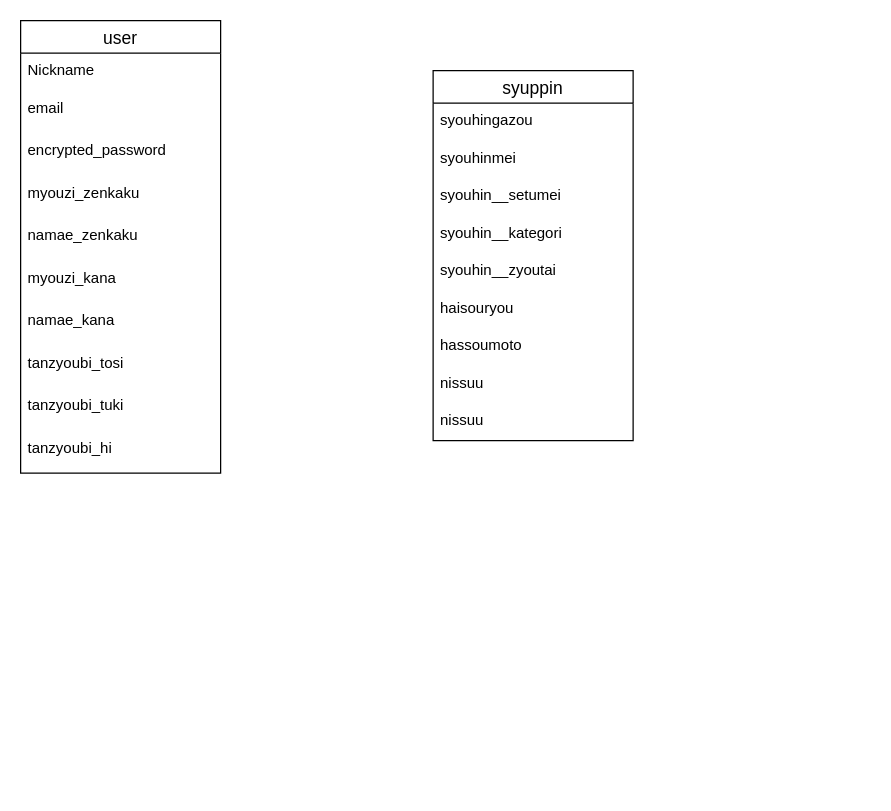
This is furima.dio from yuudai13/furima-35961, a draw.io file, before an edit. Source tidied: cells renumbered, new cells numbered last; positions are measured from the earlier drawing's top-left corner, leaving out a move shared by most shapes. Both pictures are drawn from the tidied source at 125%, with x=0, y=0 at pixel (20, 20).
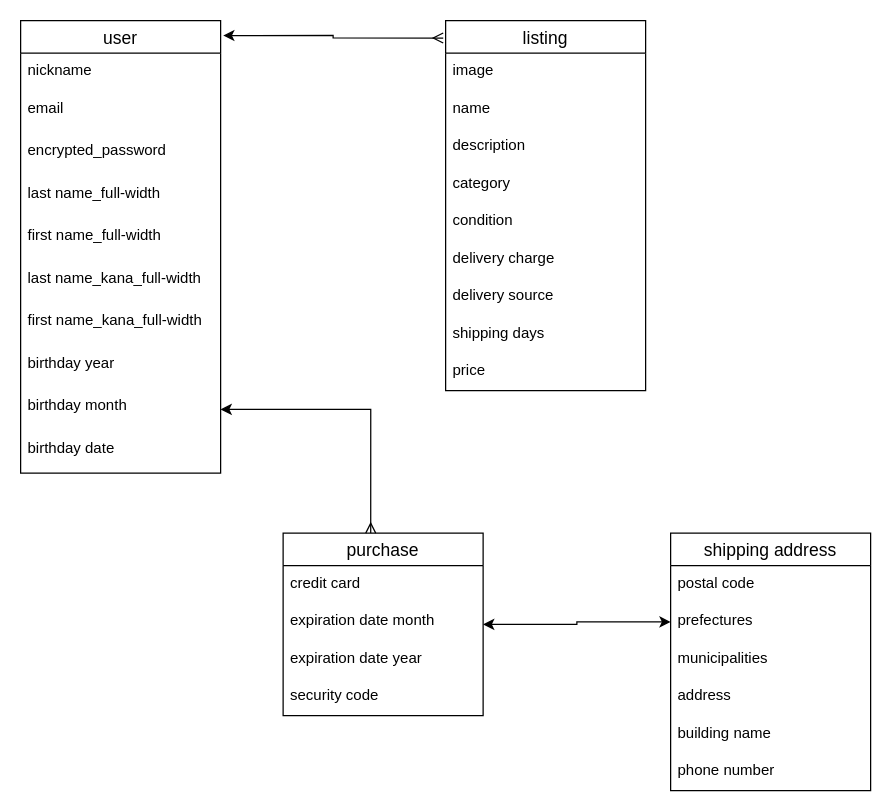
The same diagram, later.

Commit message (it also covers changes not shown here):
データベース作成

Unchanged cells that the change refers to:
```xml
<mxCell id="2" value="user" style="swimlane;fontStyle=0;horizontal=1;startSize=26;align=center;fontSize=14;" parent="1" vertex="1">
  <mxGeometry width="160" height="362" as="geometry" />
</mxCell>
```

What changed in the source:
```diff
@@
-    <mxCell id="3" value="Nickname" style="text;strokeColor=none;fillColor=none;spacingLeft=4;spacingRight=4;overflow=hidden;fontSize=12;" parent="2" vertex="1">
+    <mxCell id="3" value="nickname" style="text;strokeColor=none;fillColor=none;spacingLeft=4;spacingRight=4;overflow=hidden;fontSize=12;" parent="2" vertex="1">
       <mxGeometry y="26" width="160" height="30" as="geometry" />
     </mxCell>
@@
-    <mxCell id="6" value="myouzi_zenkaku" style="text;strokeColor=none;fillColor=none;spacingLeft=4;spacingRight=4;overflow=hidden;fontSize=12;" parent="2" vertex="1">
+    <mxCell id="6" value="last name_full-width" style="text;strokeColor=none;fillColor=none;spacingLeft=4;spacingRight=4;overflow=hidden;fontSize=12;" parent="2" vertex="1">
       <mxGeometry y="124" width="160" height="34" as="geometry" />
     </mxCell>
-    <mxCell id="7" value="namae_zenkaku" style="text;strokeColor=none;fillColor=none;spacingLeft=4;spacingRight=4;overflow=hidden;fontSize=12;" parent="2" vertex="1">
+    <mxCell id="7" value="first name_full-width" style="text;strokeColor=none;fillColor=none;spacingLeft=4;spacingRight=4;overflow=hidden;fontSize=12;" parent="2" vertex="1">
       <mxGeometry y="158" width="160" height="34" as="geometry" />
     </mxCell>
-    <mxCell id="8" value="myouzi_kana" style="text;strokeColor=none;fillColor=none;spacingLeft=4;spacingRight=4;overflow=hidden;fontSize=12;" parent="2" vertex="1">
+    <mxCell id="8" value="last name_kana_full-width" style="text;strokeColor=none;fillColor=none;spacingLeft=4;spacingRight=4;overflow=hidden;fontSize=12;" parent="2" vertex="1">
       <mxGeometry y="192" width="160" height="34" as="geometry" />
     </mxCell>
-    <mxCell id="9" value="namae_kana" style="text;strokeColor=none;fillColor=none;spacingLeft=4;spacingRight=4;overflow=hidden;fontSize=12;" parent="2" vertex="1">
+    <mxCell id="9" value="first name_kana_full-width" style="text;strokeColor=none;fillColor=none;spacingLeft=4;spacingRight=4;overflow=hidden;fontSize=12;" parent="2" vertex="1">
       <mxGeometry y="226" width="160" height="34" as="geometry" />
     </mxCell>
-    <mxCell id="10" value="tanzyoubi_tosi" style="text;strokeColor=none;fillColor=none;spacingLeft=4;spacingRight=4;overflow=hidden;fontSize=12;" parent="2" vertex="1">
+    <mxCell id="10" value="birthday year" style="text;strokeColor=none;fillColor=none;spacingLeft=4;spacingRight=4;overflow=hidden;fontSize=12;" parent="2" vertex="1">
       <mxGeometry y="260" width="160" height="34" as="geometry" />
     </mxCell>
-    <mxCell id="11" value="tanzyoubi_tuki" style="text;strokeColor=none;fillColor=none;spacingLeft=4;spacingRight=4;overflow=hidden;points=[[0,0.5],[1,0.5]];portConstraint=eastwest;fontSize=12;" parent="2" vertex="1">
+    <mxCell id="11" value="birthday month" style="text;strokeColor=none;fillColor=none;spacingLeft=4;spacingRight=4;overflow=hidden;points=[[0,0.5],[1,0.5]];portConstraint=eastwest;fontSize=12;" parent="2" vertex="1">
       <mxGeometry y="294" width="160" height="34" as="geometry" />
     </mxCell>
-    <mxCell id="12" value="tanzyoubi_hi" style="text;strokeColor=none;fillColor=none;spacingLeft=4;spacingRight=4;overflow=hidden;fontSize=12;" parent="2" vertex="1">
+    <mxCell id="12" value="birthday date" style="text;strokeColor=none;fillColor=none;spacingLeft=4;spacingRight=4;overflow=hidden;fontSize=12;" parent="2" vertex="1">
       <mxGeometry y="328" width="160" height="34" as="geometry" />
     </mxCell>
-    <mxCell id="13" value="syuppin" style="swimlane;fontStyle=0;horizontal=1;startSize=26;align=center;fontSize=14;" parent="1" vertex="1">
-      <mxGeometry x="330" y="40" width="160" height="296" as="geometry" />
+    <mxCell id="13" value="listing" style="swimlane;fontStyle=0;horizontal=1;startSize=26;align=center;fontSize=14;" parent="1" vertex="1">
+      <mxGeometry x="340" width="160" height="296" as="geometry" />
     </mxCell>
-    <mxCell id="14" value="syouhingazou" style="text;strokeColor=none;fillColor=none;spacingLeft=4;spacingRight=4;overflow=hidden;fontSize=12;" parent="13" vertex="1">
+    <mxCell id="14" value="image" style="text;strokeColor=none;fillColor=none;spacingLeft=4;spacingRight=4;overflow=hidden;fontSize=12;" parent="13" vertex="1">
       <mxGeometry y="26" width="160" height="30" as="geometry" />
     </mxCell>
-    <mxCell id="15" value="syouhinmei" style="text;strokeColor=none;fillColor=none;spacingLeft=4;spacingRight=4;overflow=hidden;fontSize=12;" parent="13" vertex="1">
+    <mxCell id="15" value="name" style="text;strokeColor=none;fillColor=none;spacingLeft=4;spacingRight=4;overflow=hidden;fontSize=12;" parent="13" vertex="1">
       <mxGeometry y="56" width="160" height="30" as="geometry" />
     </mxCell>
-    <mxCell id="16" value="syouhin__setumei" style="text;strokeColor=none;fillColor=none;spacingLeft=4;spacingRight=4;overflow=hidden;fontSize=12;" parent="13" vertex="1">
+    <mxCell id="16" value="description" style="text;strokeColor=none;fillColor=none;spacingLeft=4;spacingRight=4;overflow=hidden;fontSize=12;" parent="13" vertex="1">
       <mxGeometry y="86" width="160" height="30" as="geometry" />
     </mxCell>
-    <mxCell id="17" value="syouhin__kategori" style="text;strokeColor=none;fillColor=none;spacingLeft=4;spacingRight=4;overflow=hidden;fontSize=12;" parent="13" vertex="1">
+    <mxCell id="17" value="category" style="text;strokeColor=none;fillColor=none;spacingLeft=4;spacingRight=4;overflow=hidden;fontSize=12;" parent="13" vertex="1">
       <mxGeometry y="116" width="160" height="30" as="geometry" />
     </mxCell>
-    <mxCell id="18" value="syouhin__zyoutai" style="text;strokeColor=none;fillColor=none;spacingLeft=4;spacingRight=4;overflow=hidden;fontSize=12;" parent="13" vertex="1">
+    <mxCell id="18" value="condition" style="text;strokeColor=none;fillColor=none;spacingLeft=4;spacingRight=4;overflow=hidden;fontSize=12;" parent="13" vertex="1">
       <mxGeometry y="146" width="160" height="30" as="geometry" />
     </mxCell>
-    <mxCell id="19" value="haisouryou" style="text;strokeColor=none;fillColor=none;spacingLeft=4;spacingRight=4;overflow=hidden;fontSize=12;" parent="13" vertex="1">
+    <mxCell id="19" value="delivery charge" style="text;strokeColor=none;fillColor=none;spacingLeft=4;spacingRight=4;overflow=hidden;fontSize=12;" parent="13" vertex="1">
       <mxGeometry y="176" width="160" height="30" as="geometry" />
     </mxCell>
-    <mxCell id="20" value="hassoumoto" style="text;strokeColor=none;fillColor=none;spacingLeft=4;spacingRight=4;overflow=hidden;fontSize=12;" parent="13" vertex="1">
+    <mxCell id="20" value="delivery source" style="text;strokeColor=none;fillColor=none;spacingLeft=4;spacingRight=4;overflow=hidden;fontSize=12;" parent="13" vertex="1">
       <mxGeometry y="206" width="160" height="30" as="geometry" />
     </mxCell>
-    <mxCell id="21" value="nissuu" style="text;strokeColor=none;fillColor=none;spacingLeft=4;spacingRight=4;overflow=hidden;fontSize=12;" parent="13" vertex="1">
+    <mxCell id="21" value="shipping days" style="text;strokeColor=none;fillColor=none;spacingLeft=4;spacingRight=4;overflow=hidden;fontSize=12;" parent="13" vertex="1">
       <mxGeometry y="236" width="160" height="30" as="geometry" />
     </mxCell>
-    <mxCell id="22" value="nissuu" style="text;strokeColor=none;fillColor=none;spacingLeft=4;spacingRight=4;overflow=hidden;fontSize=12;" parent="13" vertex="1">
+    <mxCell id="22" value="price" style="text;strokeColor=none;fillColor=none;spacingLeft=4;spacingRight=4;overflow=hidden;fontSize=12;" parent="13" vertex="1">
       <mxGeometry y="266" width="160" height="30" as="geometry" />
     </mxCell>
+    <mxCell id="23" style="edgeStyle=orthogonalEdgeStyle;rounded=0;jettySize=auto;html=1;entryX=0;entryY=0.5;entryDx=0;entryDy=0;startArrow=classic;startFill=1;endArrow=classic;endFill=1;" parent="1" edge="1" source="24" target="33">
+      <mxGeometry relative="1" as="geometry" />
+    </mxCell>
+    <mxCell id="24" value="purchase" style="swimlane;fontStyle=0;horizontal=1;startSize=26;align=center;fontSize=14;" parent="1" vertex="1">
+      <mxGeometry x="210" y="410" width="160" height="146" as="geometry" />
+    </mxCell>
+    <mxCell id="25" value="credit card" style="text;strokeColor=none;fillColor=none;spacingLeft=4;spacingRight=4;overflow=hidden;fontSize=12;" parent="24" vertex="1">
+      <mxGeometry y="26" width="160" height="30" as="geometry" />
+    </mxCell>
+    <mxCell id="26" value="expiration date month" style="text;strokeColor=none;fillColor=none;spacingLeft=4;spacingRight=4;overflow=hidden;fontSize=12;" parent="24" vertex="1">
+      <mxGeometry y="56" width="160" height="30" as="geometry" />
+    </mxCell>
+    <mxCell id="27" value="expiration date year" style="text;strokeColor=none;fillColor=none;spacingLeft=4;spacingRight=4;overflow=hidden;fontSize=12;" parent="24" vertex="1">
+      <mxGeometry y="86" width="160" height="30" as="geometry" />
+    </mxCell>
+    <mxCell id="28" value="security code" style="text;strokeColor=none;fillColor=none;spacingLeft=4;spacingRight=4;overflow=hidden;fontSize=12;" parent="24" vertex="1">
+      <mxGeometry y="116" width="160" height="30" as="geometry" />
+    </mxCell>
+    <mxCell id="29" style="edgeStyle=orthogonalEdgeStyle;rounded=0;jettySize=auto;html=1;exitX=1.013;exitY=0.033;exitDx=0;exitDy=0;entryX=-0.012;entryY=0.047;entryDx=0;entryDy=0;entryPerimeter=0;exitPerimeter=0;startArrow=classic;startFill=1;endArrow=ERmany;endFill=0;" parent="1" edge="1" source="2" target="13">
+      <mxGeometry relative="1" as="geometry" />
+    </mxCell>
+    <mxCell id="30" style="edgeStyle=orthogonalEdgeStyle;rounded=0;jettySize=auto;html=1;startArrow=classic;startFill=1;endArrow=ERmany;endFill=0;entryX=0.438;entryY=0;entryDx=0;entryDy=0;entryPerimeter=0;" parent="1" edge="1" source="11" target="24">
+      <mxGeometry relative="1" as="geometry" />
+    </mxCell>
+    <mxCell id="31" value="shipping address" style="swimlane;fontStyle=0;horizontal=1;startSize=26;align=center;fontSize=14;" parent="1" vertex="1">
+      <mxGeometry x="520" y="410" width="160" height="206" as="geometry" />
+    </mxCell>
+    <mxCell id="32" value="postal code" style="text;strokeColor=none;fillColor=none;spacingLeft=4;spacingRight=4;overflow=hidden;fontSize=12;" parent="31" vertex="1">
+      <mxGeometry y="26" width="160" height="30" as="geometry" />
+    </mxCell>
+    <mxCell id="33" value="prefectures" style="text;strokeColor=none;fillColor=none;spacingLeft=4;spacingRight=4;overflow=hidden;points=[[0,0.5],[1,0.5]];portConstraint=eastwest;fontSize=12;" parent="31" vertex="1">
+      <mxGeometry y="56" width="160" height="30" as="geometry" />
+    </mxCell>
+    <mxCell id="34" value="municipalities" style="text;strokeColor=none;fillColor=none;spacingLeft=4;spacingRight=4;overflow=hidden;fontSize=12;" parent="31" vertex="1">
+      <mxGeometry y="86" width="160" height="30" as="geometry" />
+    </mxCell>
+    <mxCell id="35" value="address" style="text;strokeColor=none;fillColor=none;spacingLeft=4;spacingRight=4;overflow=hidden;fontSize=12;" parent="31" vertex="1">
+      <mxGeometry y="116" width="160" height="30" as="geometry" />
+    </mxCell>
+    <mxCell id="36" value="building name" style="text;strokeColor=none;fillColor=none;spacingLeft=4;spacingRight=4;overflow=hidden;fontSize=12;" parent="31" vertex="1">
+      <mxGeometry y="146" width="160" height="30" as="geometry" />
+    </mxCell>
+    <mxCell id="37" value="phone number" style="text;strokeColor=none;fillColor=none;spacingLeft=4;spacingRight=4;overflow=hidden;fontSize=12;" parent="31" vertex="1">
+      <mxGeometry y="176" width="160" height="30" as="geometry" />
+    </mxCell>
```
